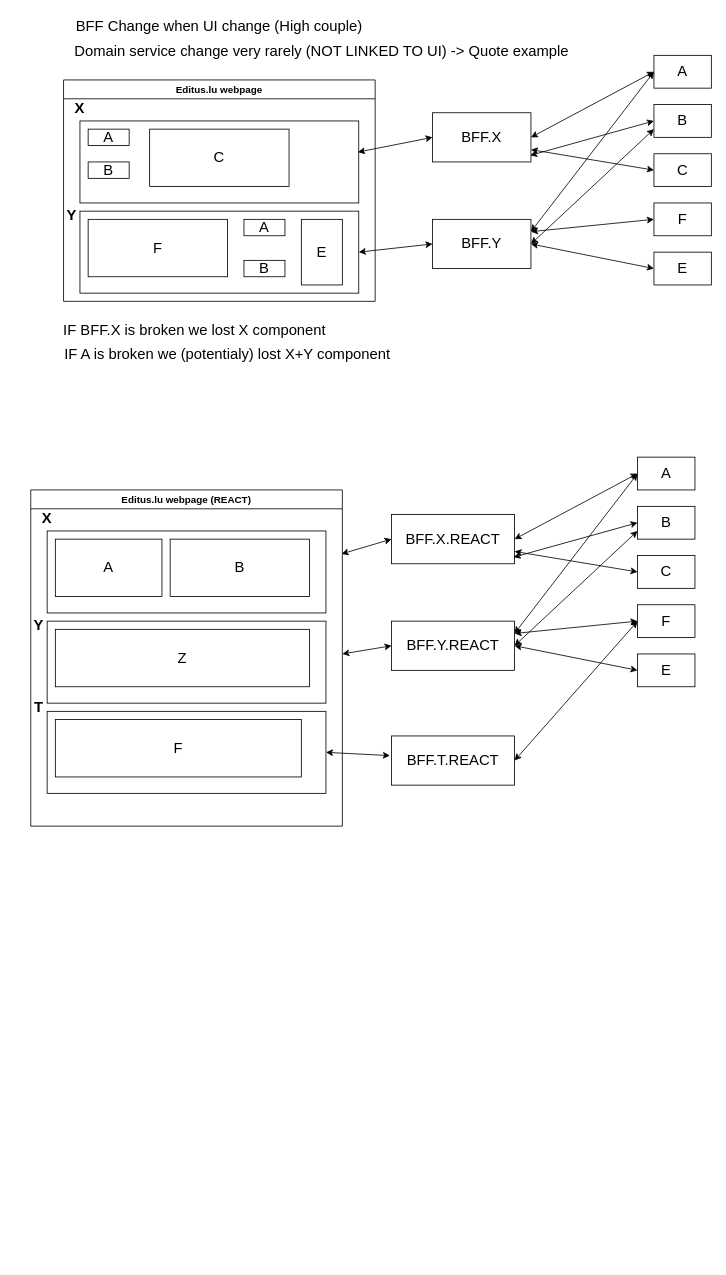
Above: ConsoleApp14/Untitled Diagram.drawio in MomoAbda/LeetCode (draw.io), before the change. Source tidied: cells renumbered, new cells numbered last; positions are measured from the earlier drawing's top-left corner, leaving out a move shared by most shapes. Both pictures are drawn from the tidied source at 82%, with x=0, y=0 at pixel (14, 14).
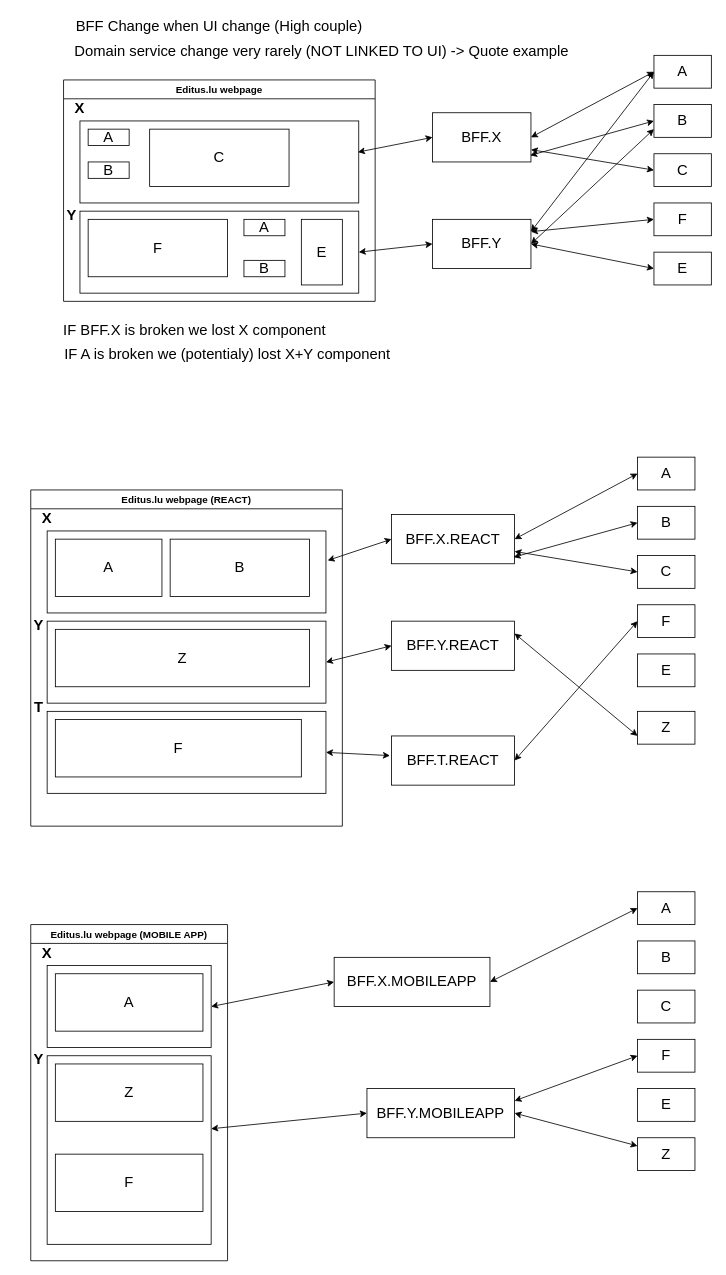
After the change.

Unchanged cells that the change refers to:
```xml
<mxCell id="30" value="BFF.X.REACT" style="rounded=0;whiteSpace=wrap;html=1;fontSize=18;" parent="1" vertex="1">
  <mxGeometry x="460" y="610" width="150" height="60" as="geometry" />
</mxCell>
<mxCell id="31" value="BFF.Y.REACT" style="rounded=0;whiteSpace=wrap;html=1;fontSize=18;" parent="1" vertex="1">
  <mxGeometry x="460" y="740" width="150" height="60" as="geometry" />
</mxCell>
<mxCell id="34" value="A" style="rounded=0;whiteSpace=wrap;html=1;fontSize=18;" parent="1" vertex="1">
  <mxGeometry x="760" y="540" width="70" height="40" as="geometry" />
</mxCell>
<mxCell id="35" value="B" style="rounded=0;whiteSpace=wrap;html=1;fontSize=18;" parent="1" vertex="1">
  <mxGeometry x="760" y="600" width="70" height="40" as="geometry" />
</mxCell>
<mxCell id="37" value="F" style="rounded=0;whiteSpace=wrap;html=1;fontSize=18;" parent="1" vertex="1">
  <mxGeometry x="760" y="720" width="70" height="40" as="geometry" />
</mxCell>
<mxCell id="38" value="E" style="rounded=0;whiteSpace=wrap;html=1;fontSize=18;" parent="1" vertex="1">
  <mxGeometry x="760" y="780" width="70" height="40" as="geometry" />
</mxCell>
<mxCell id="47" style="rounded=0;whiteSpace=wrap;html=1;" parent="46" vertex="1">
  <mxGeometry x="20" y="50" width="340" height="100" as="geometry" />
</mxCell>
<mxCell id="51" style="rounded=0;whiteSpace=wrap;html=1;" parent="46" vertex="1">
  <mxGeometry x="20" y="160" width="340" height="100" as="geometry" />
</mxCell>
```

Change to the diagram source:
```diff
@@
-    <mxCell id="32" style="endArrow=classic;startArrow=classic;html=1;rounded=0;fontSize=18;entryX=0;entryY=0.5;entryDx=0;entryDy=0;exitX=0.997;exitY=0.38;exitDx=0;exitDy=0;exitPerimeter=0;" parent="1" edge="1" target="30">
-      <mxGeometry relative="1" as="geometry">
-        <mxPoint x="399" y="658" as="sourcePoint" />
-      </mxGeometry>
+    <mxCell id="32" style="endArrow=classic;startArrow=classic;html=1;rounded=0;fontSize=18;entryX=0;entryY=0.5;entryDx=0;entryDy=0;exitX=1.006;exitY=0.36;exitDx=0;exitDy=0;exitPerimeter=0;" parent="1" edge="1" source="47" target="30">
+      <mxGeometry relative="1" as="geometry" />
     </mxCell>
-    <mxCell id="33" style="endArrow=classic;startArrow=classic;html=1;rounded=0;fontSize=18;entryX=0;entryY=0.5;entryDx=0;entryDy=0;exitX=1;exitY=0.5;exitDx=0;exitDy=0;" parent="1" edge="1" target="31">
-      <mxGeometry relative="1" as="geometry">
-        <mxPoint x="400" y="780" as="sourcePoint" />
-      </mxGeometry>
+    <mxCell id="33" style="endArrow=classic;startArrow=classic;html=1;rounded=0;fontSize=18;entryX=0;entryY=0.5;entryDx=0;entryDy=0;exitX=1;exitY=0.5;exitDx=0;exitDy=0;" parent="1" edge="1" source="51" target="31">
+      <mxGeometry relative="1" as="geometry" />
     </mxCell>
@@
-    <mxCell id="42" style="endArrow=classic;startArrow=classic;html=1;rounded=0;fontSize=18;entryX=0;entryY=0.5;entryDx=0;entryDy=0;exitX=1;exitY=0.25;exitDx=0;exitDy=0;" parent="1" edge="1" source="31" target="37">
+    <mxCell id="42" style="endArrow=classic;startArrow=classic;html=1;rounded=0;fontSize=18;entryX=0;entryY=0.75;entryDx=0;entryDy=0;exitX=1;exitY=0.25;exitDx=0;exitDy=0;" parent="1" edge="1" source="31" target="83">
       <mxGeometry relative="1" as="geometry" />
     </mxCell>
-    <mxCell id="43" style="endArrow=classic;startArrow=classic;html=1;rounded=0;fontSize=18;entryX=0;entryY=0.5;entryDx=0;entryDy=0;exitX=1;exitY=0.25;exitDx=0;exitDy=0;" parent="1" edge="1" source="31" target="34">
-      <mxGeometry relative="1" as="geometry" />
-    </mxCell>
-    <mxCell id="44" style="endArrow=classic;startArrow=classic;html=1;rounded=0;fontSize=18;entryX=0;entryY=0.75;entryDx=0;entryDy=0;exitX=1;exitY=0.5;exitDx=0;exitDy=0;" parent="1" edge="1" source="31" target="35">
-      <mxGeometry relative="1" as="geometry" />
-    </mxCell>
-    <mxCell id="45" style="endArrow=classic;startArrow=classic;html=1;rounded=0;fontSize=18;entryX=0;entryY=0.5;entryDx=0;entryDy=0;exitX=1;exitY=0.5;exitDx=0;exitDy=0;" parent="1" edge="1" source="31" target="38">
-      <mxGeometry relative="1" as="geometry" />
-    </mxCell>
@@
+    <mxCell id="64" value="BFF.X.MOBILEAPP" style="rounded=0;whiteSpace=wrap;html=1;fontSize=18;" parent="1" vertex="1">
+      <mxGeometry x="390" y="1150" width="190" height="60" as="geometry" />
+    </mxCell>
+    <mxCell id="65" value="BFF.Y.MOBILEAPP" style="rounded=0;whiteSpace=wrap;html=1;fontSize=18;" parent="1" vertex="1">
+      <mxGeometry x="430" y="1310" width="180" height="60" as="geometry" />
+    </mxCell>
+    <mxCell id="66" style="endArrow=classic;startArrow=classic;html=1;rounded=0;fontSize=18;entryX=0;entryY=0.5;entryDx=0;entryDy=0;exitX=1;exitY=0.5;exitDx=0;exitDy=0;" parent="1" edge="1" source="76" target="64">
+      <mxGeometry relative="1" as="geometry" />
+    </mxCell>
+    <mxCell id="67" style="endArrow=classic;startArrow=classic;html=1;rounded=0;fontSize=18;entryX=0;entryY=0.5;entryDx=0;entryDy=0;exitX=1;exitY=0.387;exitDx=0;exitDy=0;exitPerimeter=0;" parent="1" edge="1" source="79" target="65">
+      <mxGeometry relative="1" as="geometry" />
+    </mxCell>
+    <mxCell id="68" value="A" style="rounded=0;whiteSpace=wrap;html=1;fontSize=18;" parent="1" vertex="1">
+      <mxGeometry x="760" y="1070" width="70" height="40" as="geometry" />
+    </mxCell>
+    <mxCell id="69" value="B" style="rounded=0;whiteSpace=wrap;html=1;fontSize=18;" parent="1" vertex="1">
+      <mxGeometry x="760" y="1130" width="70" height="40" as="geometry" />
+    </mxCell>
+    <mxCell id="70" value="C" style="rounded=0;whiteSpace=wrap;html=1;fontSize=18;" parent="1" vertex="1">
+      <mxGeometry x="760" y="1190" width="70" height="40" as="geometry" />
+    </mxCell>
+    <mxCell id="71" value="F" style="rounded=0;whiteSpace=wrap;html=1;fontSize=18;" parent="1" vertex="1">
+      <mxGeometry x="760" y="1250" width="70" height="40" as="geometry" />
+    </mxCell>
+    <mxCell id="72" value="E" style="rounded=0;whiteSpace=wrap;html=1;fontSize=18;" parent="1" vertex="1">
+      <mxGeometry x="760" y="1310" width="70" height="40" as="geometry" />
+    </mxCell>
+    <mxCell id="73" style="endArrow=classic;startArrow=classic;html=1;rounded=0;fontSize=18;entryX=0;entryY=0.5;entryDx=0;entryDy=0;exitX=1;exitY=0.5;exitDx=0;exitDy=0;" parent="1" edge="1" source="64" target="68">
+      <mxGeometry relative="1" as="geometry" />
+    </mxCell>
+    <mxCell id="74" style="endArrow=classic;startArrow=classic;html=1;rounded=0;fontSize=18;entryX=0;entryY=0.5;entryDx=0;entryDy=0;exitX=1;exitY=0.25;exitDx=0;exitDy=0;" parent="1" edge="1" source="65" target="71">
+      <mxGeometry relative="1" as="geometry" />
+    </mxCell>
+    <mxCell id="75" value="Editus.lu webpage (MOBILE APP)" style="swimlane;" parent="1" vertex="1">
+      <mxGeometry x="20" y="1110" width="240" height="410" as="geometry" />
+    </mxCell>
+    <mxCell id="76" style="rounded=0;whiteSpace=wrap;html=1;" parent="75" vertex="1">
+      <mxGeometry x="20" y="50" width="200" height="100" as="geometry" />
+    </mxCell>
+    <mxCell id="77" value="X" style="text;html=1;strokeColor=none;fillColor=none;align=center;verticalAlign=middle;whiteSpace=wrap;rounded=0;fontStyle=1;fontSize=18;" parent="75" vertex="1">
+      <mxGeometry x="-10" y="20" width="60" height="30" as="geometry" />
+    </mxCell>
+    <mxCell id="78" value="A" style="rounded=0;whiteSpace=wrap;html=1;fontSize=18;" parent="75" vertex="1">
+      <mxGeometry x="30" y="60" width="180" height="70" as="geometry" />
+    </mxCell>
+    <mxCell id="79" style="rounded=0;whiteSpace=wrap;html=1;" parent="75" vertex="1">
+      <mxGeometry x="20" y="160" width="200" height="230" as="geometry" />
+    </mxCell>
+    <mxCell id="80" value="Y" style="text;html=1;strokeColor=none;fillColor=none;align=center;verticalAlign=middle;whiteSpace=wrap;rounded=0;fontStyle=1;fontSize=18;" parent="75" vertex="1">
+      <mxGeometry x="-20" y="150" width="60" height="30" as="geometry" />
+    </mxCell>
+    <mxCell id="81" value="Z" style="rounded=0;whiteSpace=wrap;html=1;fontSize=18;" parent="75" vertex="1">
+      <mxGeometry x="30" y="170" width="180" height="70" as="geometry" />
+    </mxCell>
+    <mxCell id="82" value="F" style="rounded=0;whiteSpace=wrap;html=1;fontSize=18;" parent="75" vertex="1">
+      <mxGeometry x="30" y="280" width="180" height="70" as="geometry" />
+    </mxCell>
+    <mxCell id="83" value="Z" style="rounded=0;whiteSpace=wrap;html=1;fontSize=18;" parent="1" vertex="1">
+      <mxGeometry x="760" y="850" width="70" height="40" as="geometry" />
+    </mxCell>
+    <mxCell id="84" value="Z" style="rounded=0;whiteSpace=wrap;html=1;fontSize=18;" parent="1" vertex="1">
+      <mxGeometry x="760" y="1370" width="70" height="40" as="geometry" />
+    </mxCell>
+    <mxCell id="85" style="endArrow=classic;startArrow=classic;html=1;rounded=0;fontSize=18;entryX=0;entryY=0.25;entryDx=0;entryDy=0;exitX=1;exitY=0.5;exitDx=0;exitDy=0;" parent="1" edge="1" source="65" target="84">
+      <mxGeometry relative="1" as="geometry" />
+    </mxCell>
```
